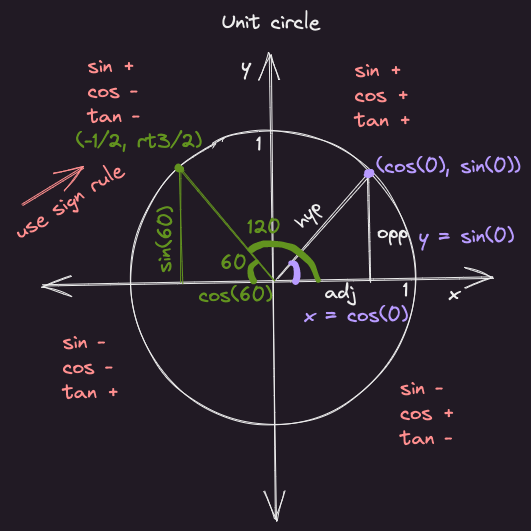
Above: Mathmatics/Trignometry/img/001_intro_unit_circle.excalidraw.png in kodebot/notes (Excalidraw), before the change. Source tidied: one line per element, renumbered; positions are measured from the earlier drawing's top-left corner, leaving out a move shared by most shapes.
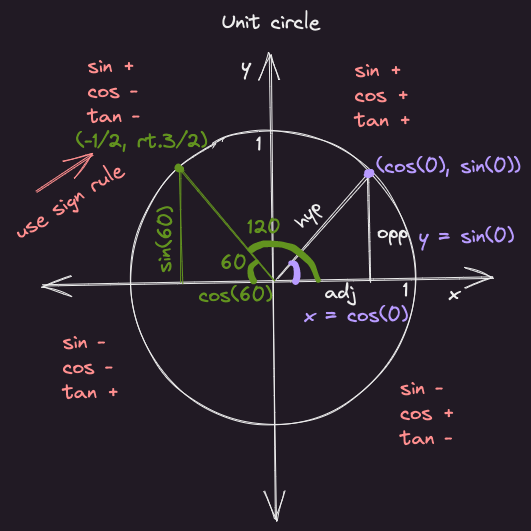
After the change.

What changed in the source:
```diff
@@ -25,10 +25,10 @@
 {"id": 24, "type": "text", "text": "cos(60)", "strokeColor": "#5c940d", "strokeWidth": 1, "roughness": 1, "fontSize": 20, "fontFamily": 1, "x": 192, "y": 273, "width": 75, "height": 25}
 {"id": 25, "type": "text", "text": "sin(60)", "strokeColor": "#5c940d", "angle": 4.76, "strokeWidth": 1, "roughness": 1, "fontSize": 20, "fontFamily": 1, "x": 125, "y": 216, "width": 67, "height": 25}
 {"id": 26, "type": "freedraw", "strokeColor": "#5c940d", "strokeWidth": 1, "roughness": 1, "x": 172, "y": 160, "width": 6, "height": 4, "points": [[0, 0], [0, 0], [0, 0], [1, -1], [1, -1], [1, -2], [1, -2], [1, -3], [0, -4], [0, -4], [0, -4], [-1, -4], [-1, -4], [-1, -3], [-2, -2], [-2, -2], [-2, -1], [-2, -1], [-1, -1], [-1, -1], [0, -1], [0, -1], [1, -1], [1, -1], [1, -1], [2, -1], [3, -1], [3, -1], [3, -1], [4, -1], [4, -2], [5, -2], [5, -2], [5, -2], [0, 0]]}
-{"id": 27, "type": "text", "text": "(-1/2, rt3/2) ", "strokeColor": "#5c940d", "strokeWidth": 1, "roughness": 1, "fontSize": 20, "fontFamily": 1, "x": 69, "y": 119, "width": 137, "height": 25}
+{"id": 27, "type": "text", "text": "(-1/2, rt.3/2) ", "strokeColor": "#5c940d", "strokeWidth": 1, "roughness": 1, "fontSize": 20, "fontFamily": 1, "x": 69, "y": 119, "width": 142, "height": 25}
 {"id": 28, "type": "text", "text": "sin +\ncos +\ntan +", "strokeColor": "#c92a2a", "strokeWidth": 1, "roughness": 1, "fontSize": 20, "fontFamily": 1, "x": 348, "y": 48, "width": 57, "height": 75}
 {"id": 29, "type": "text", "text": "sin +\ncos -\ntan -", "strokeColor": "#c92a2a", "strokeWidth": 1, "roughness": 1, "fontSize": 20, "fontFamily": 1, "x": 81, "y": 44, "width": 53, "height": 75}
 {"id": 30, "type": "text", "text": "sin -\ncos -\ntan +", "strokeColor": "#c92a2a", "strokeWidth": 1, "roughness": 1, "fontSize": 20, "fontFamily": 1, "x": 56, "y": 320, "width": 57, "height": 75}
 {"id": 31, "type": "text", "text": "sin -\ncos +\ntan -", "strokeColor": "#c92a2a", "strokeWidth": 1, "roughness": 1, "fontSize": 20, "fontFamily": 1, "x": 393, "y": 366, "width": 54, "height": 75}
-{"id": 32, "type": "arrow", "strokeColor": "#c92a2a", "strokeWidth": 1, "roughness": 1, "endArrowhead": "arrow", "round": true, "from": 33, "to": 27, "x": 15, "y": 196, "width": 62, "height": 39, "points": [[0, 0], [62, -39]]}
+{"id": 32, "type": "arrow", "strokeColor": "#c92a2a", "strokeWidth": 1, "roughness": 1, "endArrowhead": "arrow", "round": true, "from": 33, "to": 29, "x": 29, "y": 183, "width": 57, "height": 39, "points": [[0, 0], [57, -39]]}
 {"id": 33, "type": "text", "text": "use sign rule", "strokeColor": "#c92a2a", "angle": 5.71, "strokeWidth": 1, "roughness": 1, "fontSize": 20, "fontFamily": 1, "x": 0, "y": 179, "width": 125, "height": 25}
```
